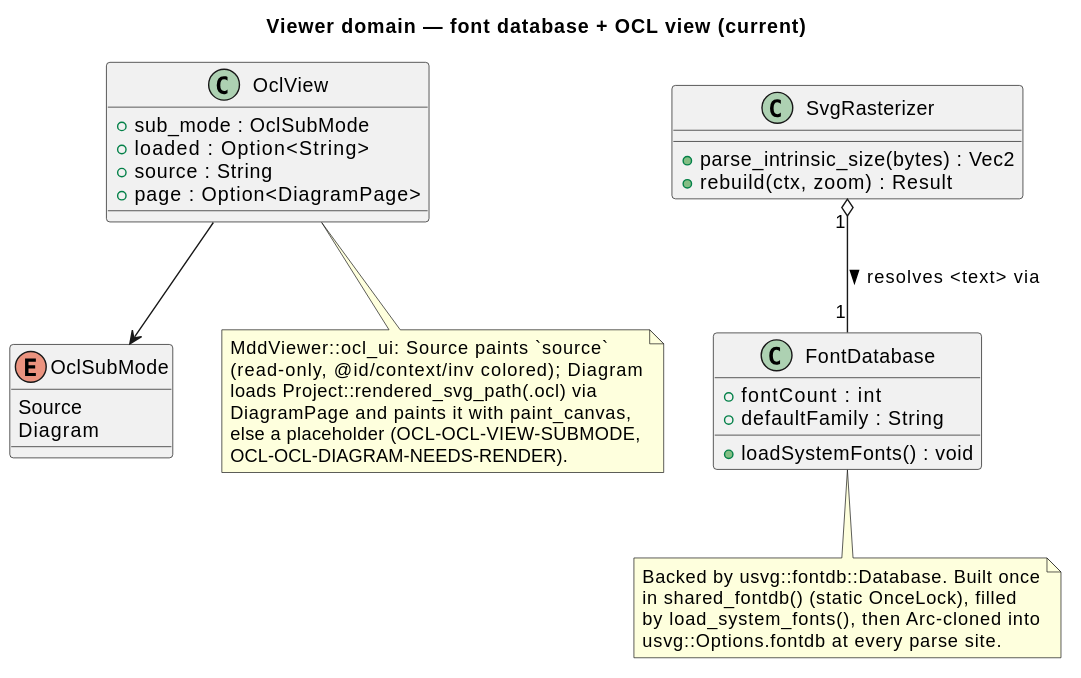
This is .mdd/rendered/map/domain/diagram-viewer.svg from cthadeufaria/model-driven-development, a PlantUML export, as it was before one commit.
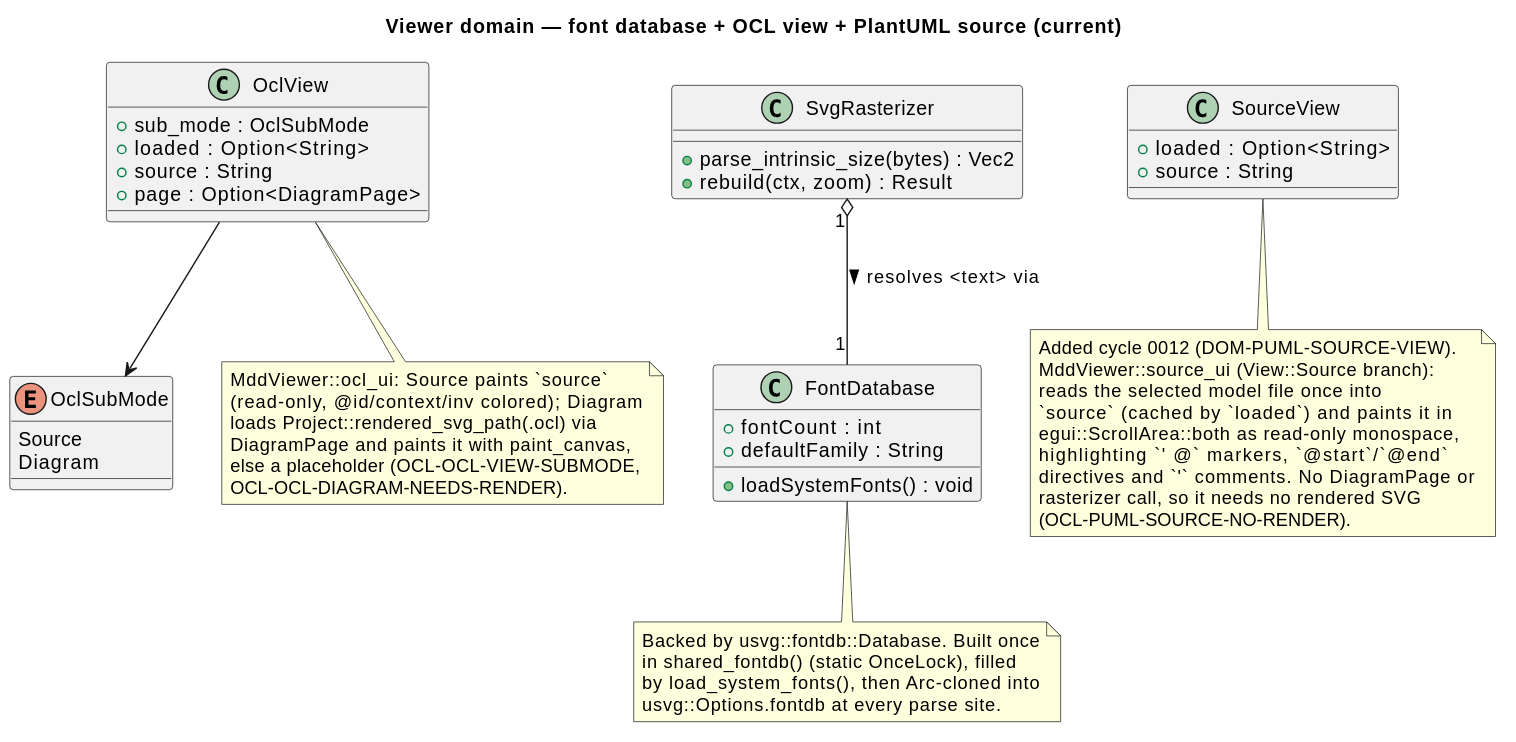
Later version of the same file.

Change to the diagram source:
```diff
@@ -1,5 +1,5 @@
 @startuml
-title Viewer domain — font database + OCL view (current)
+title Viewer domain — font database + OCL view + PlantUML source (current)
 
 enum OclSubMode {
   Source
@@ -24,6 +24,11 @@
   + page : Option<DiagramPage>
 }
 
+class SourceView {
+  + loaded : Option<String>
+  + source : String
+}
+
 SvgRasterizer "1" o-- "1" FontDatabase : resolves <text> via >
 OclView --> OclSubMode
 
@@ -42,4 +47,16 @@
   else a placeholder (OCL-OCL-VIEW-SUBMODE,
   OCL-OCL-DIAGRAM-NEEDS-RENDER).
 end note
+
+note bottom of SourceView
+  Added cycle 0012 (DOM-PUML-SOURCE-VIEW).
+  MddViewer::source_ui (View::Source branch):
+  reads the selected model file once into
+  `source` (cached by `loaded`) and paints it in
+  egui::ScrollArea::both as read-only monospace,
+  highlighting `' @` markers, `@start`/`@end`
+  directives and `'` comments. No DiagramPage or
+  rasterizer call, so it needs no rendered SVG
+  (OCL-PUML-SOURCE-NO-RENDER).
+end note
 @enduml
```
